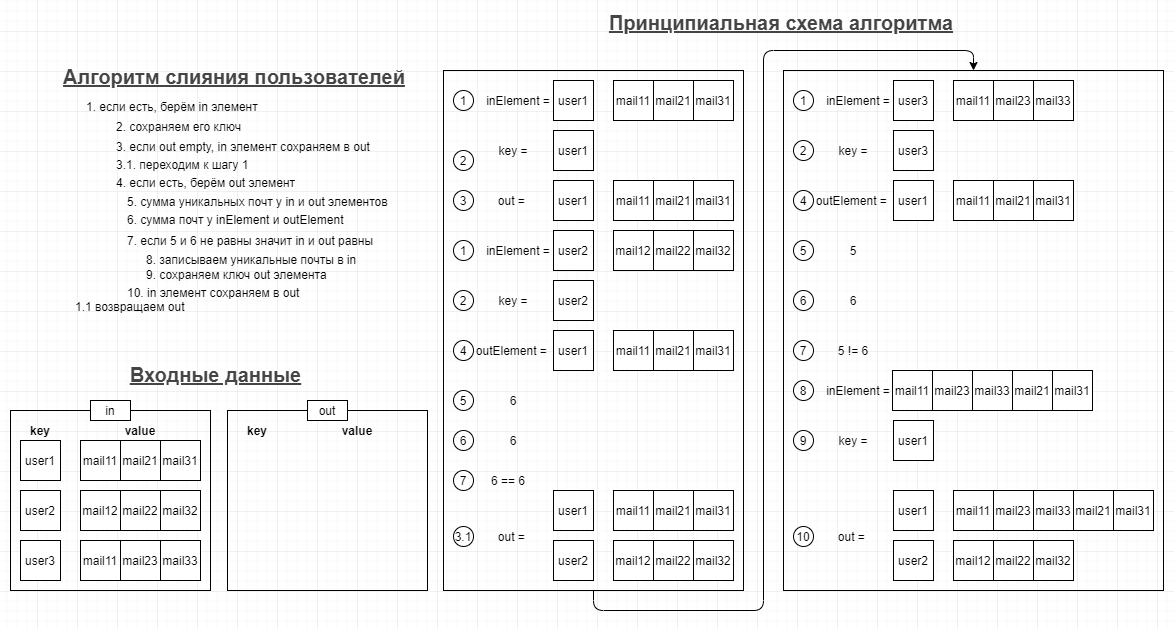
The draw.io diagram pic/mergeUsers.png in ViktorJava/mail, before a commit. Source tidied: cells renumbered, new cells last; positions are measured from the earlier drawing's top-left corner, leaving out a move shared by most shapes.
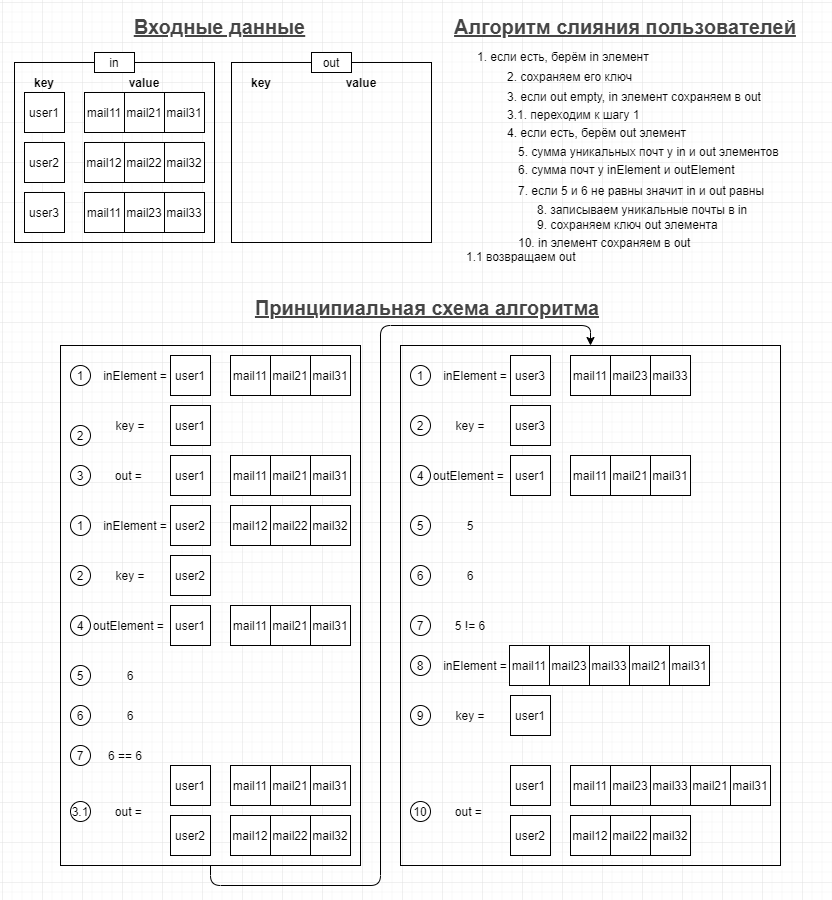
After the change.

Commit message:
Почта. Слияние пользователей.

Правки README.md

Change to the diagram source:
```diff
@@ -278,110 +278,113 @@
     <mxCell id="93" value="mail31" style="rounded=0;whiteSpace=wrap;html=1;" parent="1" vertex="1">
       <mxGeometry x="1103" y="478" width="40" height="40" as="geometry" />
     </mxCell>
-    <mxCell id="94" style="rounded=0;whiteSpace=wrap;html=1;fillColor=none;fontStyle=4;" parent="1" vertex="1">
-      <mxGeometry y="398" width="200" height="180" as="geometry" />
+    <mxCell id="94" value="Принципиальная схема алгоритма" style="text;html=1;strokeColor=none;fillColor=none;align=center;verticalAlign=middle;whiteSpace=wrap;rounded=0;fontSize=20;fontColor=#454545;fontStyle=5;" parent="1" vertex="1">
+      <mxGeometry x="577" y="10" width="446" height="20" as="geometry" />
     </mxCell>
-    <mxCell id="95" style="rounded=0;whiteSpace=wrap;html=1;fillColor=none;fontStyle=4;" parent="1" vertex="1">
-      <mxGeometry x="217" y="398" width="200" height="180" as="geometry" />
+    <mxCell id="95" style="group;" parent="1" vertex="1">
+      <mxGeometry x="387" y="-271" width="811" height="250" as="geometry" />
     </mxCell>
-    <mxCell id="96" value="user1" style="rounded=0;whiteSpace=wrap;html=1;fontStyle=0;" parent="1" vertex="1">
-      <mxGeometry x="10" y="428" width="40" height="40" as="geometry" />
+    <mxCell id="96" style="rounded=0;whiteSpace=wrap;html=1;fillColor=none;fontStyle=4;" parent="95" vertex="1">
+      <mxGeometry y="46" width="200" height="180" as="geometry" />
     </mxCell>
-    <mxCell id="97" value="mail11" style="rounded=0;whiteSpace=wrap;html=1;fontStyle=0;" parent="1" vertex="1">
-      <mxGeometry x="70" y="428" width="40" height="40" as="geometry" />
+    <mxCell id="97" style="rounded=0;whiteSpace=wrap;html=1;fillColor=none;fontStyle=4;" parent="95" vertex="1">
+      <mxGeometry x="217" y="46" width="200" height="180" as="geometry" />
     </mxCell>
-    <mxCell id="98" value="mail21" style="rounded=0;whiteSpace=wrap;html=1;fontStyle=0;" parent="1" vertex="1">
-      <mxGeometry x="110" y="428" width="40" height="40" as="geometry" />
+    <mxCell id="98" value="user1" style="rounded=0;whiteSpace=wrap;html=1;fontStyle=0;" parent="95" vertex="1">
+      <mxGeometry x="10" y="76" width="40" height="40" as="geometry" />
     </mxCell>
-    <mxCell id="99" value="mail31" style="rounded=0;whiteSpace=wrap;html=1;fontStyle=0;" parent="1" vertex="1">
-      <mxGeometry x="150" y="428" width="40" height="40" as="geometry" />
+    <mxCell id="99" value="mail11" style="rounded=0;whiteSpace=wrap;html=1;fontStyle=0;" parent="95" vertex="1">
+      <mxGeometry x="70" y="76" width="40" height="40" as="geometry" />
     </mxCell>
-    <mxCell id="100" value="key" style="text;html=1;strokeColor=none;fillColor=none;align=center;verticalAlign=middle;whiteSpace=wrap;rounded=0;fontStyle=1;" parent="1" vertex="1">
-      <mxGeometry x="10" y="408" width="40" height="20" as="geometry" />
+    <mxCell id="100" value="mail21" style="rounded=0;whiteSpace=wrap;html=1;fontStyle=0;" parent="95" vertex="1">
+      <mxGeometry x="110" y="76" width="40" height="40" as="geometry" />
     </mxCell>
-    <mxCell id="101" value="value" style="text;html=1;strokeColor=none;fillColor=none;align=center;verticalAlign=middle;whiteSpace=wrap;rounded=0;fontStyle=1;" parent="1" vertex="1">
-      <mxGeometry x="110" y="408" width="40" height="20" as="geometry" />
+    <mxCell id="101" value="mail31" style="rounded=0;whiteSpace=wrap;html=1;fontStyle=0;" parent="95" vertex="1">
+      <mxGeometry x="150" y="76" width="40" height="40" as="geometry" />
     </mxCell>
-    <mxCell id="102" value="user2" style="rounded=0;whiteSpace=wrap;html=1;fontStyle=0;" parent="1" vertex="1">
-      <mxGeometry x="10" y="478" width="40" height="40" as="geometry" />
+    <mxCell id="102" value="key" style="text;html=1;strokeColor=none;fillColor=none;align=center;verticalAlign=middle;whiteSpace=wrap;rounded=0;fontStyle=1;" parent="95" vertex="1">
+      <mxGeometry x="10" y="56" width="40" height="20" as="geometry" />
     </mxCell>
-    <mxCell id="103" value="mail12" style="rounded=0;whiteSpace=wrap;html=1;fontStyle=0;" parent="1" vertex="1">
-      <mxGeometry x="70" y="478" width="40" height="40" as="geometry" />
+    <mxCell id="103" value="value" style="text;html=1;strokeColor=none;fillColor=none;align=center;verticalAlign=middle;whiteSpace=wrap;rounded=0;fontStyle=1;" parent="95" vertex="1">
+      <mxGeometry x="110" y="56" width="40" height="20" as="geometry" />
     </mxCell>
-    <mxCell id="104" value="mail22" style="rounded=0;whiteSpace=wrap;html=1;fontStyle=0;" parent="1" vertex="1">
-      <mxGeometry x="110" y="478" width="40" height="40" as="geometry" />
+    <mxCell id="104" value="user2" style="rounded=0;whiteSpace=wrap;html=1;fontStyle=0;" parent="95" vertex="1">
+      <mxGeometry x="10" y="126" width="40" height="40" as="geometry" />
     </mxCell>
-    <mxCell id="105" value="mail32" style="rounded=0;whiteSpace=wrap;html=1;fontStyle=0;" parent="1" vertex="1">
-      <mxGeometry x="150" y="478" width="40" height="40" as="geometry" />
+    <mxCell id="105" value="mail12" style="rounded=0;whiteSpace=wrap;html=1;fontStyle=0;" parent="95" vertex="1">
+      <mxGeometry x="70" y="126" width="40" height="40" as="geometry" />
     </mxCell>
-    <mxCell id="106" value="user3" style="rounded=0;whiteSpace=wrap;html=1;fontStyle=0;" parent="1" vertex="1">
-      <mxGeometry x="10" y="528" width="40" height="40" as="geometry" />
+    <mxCell id="106" value="mail22" style="rounded=0;whiteSpace=wrap;html=1;fontStyle=0;" parent="95" vertex="1">
+      <mxGeometry x="110" y="126" width="40" height="40" as="geometry" />
     </mxCell>
-    <mxCell id="107" value="mail11" style="rounded=0;whiteSpace=wrap;html=1;fontStyle=0;" parent="1" vertex="1">
-      <mxGeometry x="70" y="528" width="40" height="40" as="geometry" />
+    <mxCell id="107" value="mail32" style="rounded=0;whiteSpace=wrap;html=1;fontStyle=0;" parent="95" vertex="1">
+      <mxGeometry x="150" y="126" width="40" height="40" as="geometry" />
     </mxCell>
-    <mxCell id="108" value="mail23" style="rounded=0;whiteSpace=wrap;html=1;fontStyle=0;" parent="1" vertex="1">
-      <mxGeometry x="110" y="528" width="40" height="40" as="geometry" />
+    <mxCell id="108" value="user3" style="rounded=0;whiteSpace=wrap;html=1;fontStyle=0;" parent="95" vertex="1">
+      <mxGeometry x="10" y="176" width="40" height="40" as="geometry" />
     </mxCell>
-    <mxCell id="109" value="mail33" style="rounded=0;whiteSpace=wrap;html=1;fontStyle=0;" parent="1" vertex="1">
-      <mxGeometry x="150" y="528" width="40" height="40" as="geometry" />
+    <mxCell id="109" value="mail11" style="rounded=0;whiteSpace=wrap;html=1;fontStyle=0;" parent="95" vertex="1">
+      <mxGeometry x="70" y="176" width="40" height="40" as="geometry" />
     </mxCell>
-    <mxCell id="110" value="in" style="text;html=1;align=center;verticalAlign=middle;whiteSpace=wrap;rounded=0;fillColor=#ffffff;strokeColor=#000000;fontStyle=0;" parent="1" vertex="1">
-      <mxGeometry x="80" y="388" width="40" height="20" as="geometry" />
+    <mxCell id="110" value="mail23" style="rounded=0;whiteSpace=wrap;html=1;fontStyle=0;" parent="95" vertex="1">
+      <mxGeometry x="110" y="176" width="40" height="40" as="geometry" />
     </mxCell>
-    <mxCell id="111" value="key" style="text;html=1;strokeColor=none;fillColor=none;align=center;verticalAlign=middle;whiteSpace=wrap;rounded=0;fontStyle=1;" parent="1" vertex="1">
-      <mxGeometry x="227" y="408" width="40" height="20" as="geometry" />
+    <mxCell id="111" value="mail33" style="rounded=0;whiteSpace=wrap;html=1;fontStyle=0;" parent="95" vertex="1">
+      <mxGeometry x="150" y="176" width="40" height="40" as="geometry" />
     </mxCell>
-    <mxCell id="112" value="value" style="text;html=1;strokeColor=none;fillColor=none;align=center;verticalAlign=middle;whiteSpace=wrap;rounded=0;fontStyle=1;" parent="1" vertex="1">
-      <mxGeometry x="327" y="408" width="40" height="20" as="geometry" />
+    <mxCell id="112" value="in" style="text;html=1;align=center;verticalAlign=middle;whiteSpace=wrap;rounded=0;fillColor=#ffffff;strokeColor=#000000;fontStyle=0;" parent="95" vertex="1">
+      <mxGeometry x="80" y="36" width="40" height="20" as="geometry" />
     </mxCell>
-    <mxCell id="113" value="out" style="text;html=1;align=center;verticalAlign=middle;whiteSpace=wrap;rounded=0;fillColor=#ffffff;strokeColor=#000000;fontStyle=0;" parent="1" vertex="1">
-      <mxGeometry x="297" y="388" width="40" height="20" as="geometry" />
+    <mxCell id="113" value="key" style="text;html=1;strokeColor=none;fillColor=none;align=center;verticalAlign=middle;whiteSpace=wrap;rounded=0;fontStyle=1;" parent="95" vertex="1">
+      <mxGeometry x="227" y="56" width="40" height="20" as="geometry" />
     </mxCell>
-    <mxCell id="114" value="Входные данные" style="text;html=1;strokeColor=none;fillColor=none;align=center;verticalAlign=middle;whiteSpace=wrap;rounded=0;fontSize=20;fontColor=#454545;fontStyle=5;" parent="1" vertex="1">
-      <mxGeometry x="104" y="352" width="203" height="20" as="geometry" />
+    <mxCell id="114" value="value" style="text;html=1;strokeColor=none;fillColor=none;align=center;verticalAlign=middle;whiteSpace=wrap;rounded=0;fontStyle=1;" parent="95" vertex="1">
+      <mxGeometry x="327" y="56" width="40" height="20" as="geometry" />
     </mxCell>
-    <mxCell id="115" value="Принципиальная схема алгоритма" style="text;html=1;strokeColor=none;fillColor=none;align=center;verticalAlign=middle;whiteSpace=wrap;rounded=0;fontSize=20;fontColor=#454545;fontStyle=5;" parent="1" vertex="1">
-      <mxGeometry x="548" width="446" height="20" as="geometry" />
+    <mxCell id="115" value="out" style="text;html=1;align=center;verticalAlign=middle;whiteSpace=wrap;rounded=0;fillColor=#ffffff;strokeColor=#000000;fontStyle=0;" parent="95" vertex="1">
+      <mxGeometry x="297" y="36" width="40" height="20" as="geometry" />
     </mxCell>
-    <mxCell id="116" value="6. сумма почт у inElement и outElement" style="text;html=1;strokeColor=none;fillColor=none;align=left;verticalAlign=middle;whiteSpace=wrap;rounded=0;" parent="1" vertex="1">
-      <mxGeometry x="114.5" y="197" width="309.5" height="20" as="geometry" />
+    <mxCell id="116" value="Входные данные" style="text;html=1;strokeColor=none;fillColor=none;align=center;verticalAlign=middle;whiteSpace=wrap;rounded=0;fontSize=20;fontColor=#454545;fontStyle=5;" parent="95" vertex="1">
+      <mxGeometry x="104" width="203" height="20" as="geometry" />
     </mxCell>
-    <mxCell id="117" value="8. записываем уникальные почты в in" style="text;html=1;strokeColor=none;fillColor=none;align=left;verticalAlign=middle;whiteSpace=wrap;rounded=0;" parent="1" vertex="1">
-      <mxGeometry x="134" y="237" width="279.5" height="20" as="geometry" />
+    <mxCell id="117" value="6. сумма почт у inElement и outElement" style="text;html=1;strokeColor=none;fillColor=none;align=left;verticalAlign=middle;whiteSpace=wrap;rounded=0;" parent="95" vertex="1">
+      <mxGeometry x="501.5" y="143" width="309.5" height="20" as="geometry" />
     </mxCell>
-    <mxCell id="118" value="1. если есть, берём in элемент&amp;nbsp;" style="text;html=1;strokeColor=none;fillColor=none;align=left;verticalAlign=middle;whiteSpace=wrap;rounded=0;" parent="1" vertex="1">
-      <mxGeometry x="74" y="84" width="210" height="20" as="geometry" />
+    <mxCell id="118" value="8. записываем уникальные почты в in" style="text;html=1;strokeColor=none;fillColor=none;align=left;verticalAlign=middle;whiteSpace=wrap;rounded=0;" parent="95" vertex="1">
+      <mxGeometry x="521" y="183" width="279.5" height="20" as="geometry" />
     </mxCell>
-    <mxCell id="119" value="2. сохраняем его ключ&amp;nbsp;" style="text;html=1;strokeColor=none;fillColor=none;align=left;verticalAlign=middle;whiteSpace=wrap;rounded=0;" parent="1" vertex="1">
-      <mxGeometry x="104" y="104" width="210" height="20" as="geometry" />
+    <mxCell id="119" value="1. если есть, берём in элемент&amp;nbsp;" style="text;html=1;strokeColor=none;fillColor=none;align=left;verticalAlign=middle;whiteSpace=wrap;rounded=0;" parent="95" vertex="1">
+      <mxGeometry x="461" y="30" width="210" height="20" as="geometry" />
     </mxCell>
-    <mxCell id="120" value="3. если out empty, in элемент сохраняем в out" style="text;html=1;strokeColor=none;fillColor=none;align=left;verticalAlign=middle;whiteSpace=wrap;rounded=0;" parent="1" vertex="1">
-      <mxGeometry x="104" y="124" width="267" height="20" as="geometry" />
+    <mxCell id="120" value="2. сохраняем его ключ&amp;nbsp;" style="text;html=1;strokeColor=none;fillColor=none;align=left;verticalAlign=middle;whiteSpace=wrap;rounded=0;" parent="95" vertex="1">
+      <mxGeometry x="491" y="50" width="210" height="20" as="geometry" />
     </mxCell>
-    <mxCell id="121" value="10. in элемент сохраняем в out" style="text;html=1;strokeColor=none;fillColor=none;align=left;verticalAlign=middle;whiteSpace=wrap;rounded=0;" parent="1" vertex="1">
-      <mxGeometry x="114.5" y="270" width="210" height="20" as="geometry" />
+    <mxCell id="121" value="3. если out empty, in элемент сохраняем в out" style="text;html=1;strokeColor=none;fillColor=none;align=left;verticalAlign=middle;whiteSpace=wrap;rounded=0;" parent="95" vertex="1">
+      <mxGeometry x="491" y="70" width="267" height="20" as="geometry" />
     </mxCell>
-    <mxCell id="122" value="1.1 возвращаем out" style="text;html=1;strokeColor=none;fillColor=none;align=left;verticalAlign=middle;whiteSpace=wrap;rounded=0;" parent="1" vertex="1">
-      <mxGeometry x="63" y="284" width="210" height="20" as="geometry" />
+    <mxCell id="122" value="10. in элемент сохраняем в out" style="text;html=1;strokeColor=none;fillColor=none;align=left;verticalAlign=middle;whiteSpace=wrap;rounded=0;" parent="95" vertex="1">
+      <mxGeometry x="501.5" y="216" width="210" height="20" as="geometry" />
     </mxCell>
-    <mxCell id="123" value="5. сумма уникальных почт у in и out элементов" style="text;html=1;strokeColor=none;fillColor=none;align=left;verticalAlign=middle;whiteSpace=wrap;rounded=0;" parent="1" vertex="1">
-      <mxGeometry x="114.5" y="179" width="289.5" height="20" as="geometry" />
+    <mxCell id="123" value="1.1 возвращаем out" style="text;html=1;strokeColor=none;fillColor=none;align=left;verticalAlign=middle;whiteSpace=wrap;rounded=0;" parent="95" vertex="1">
+      <mxGeometry x="450" y="230" width="210" height="20" as="geometry" />
     </mxCell>
-    <mxCell id="124" value="7. если 5 и 6 не равны значит in и out равны" style="text;html=1;strokeColor=none;fillColor=none;align=left;verticalAlign=middle;whiteSpace=wrap;rounded=0;" parent="1" vertex="1">
-      <mxGeometry x="114.5" y="218" width="279.5" height="20" as="geometry" />
+    <mxCell id="124" value="5. сумма уникальных почт у in и out элементов" style="text;html=1;strokeColor=none;fillColor=none;align=left;verticalAlign=middle;whiteSpace=wrap;rounded=0;" parent="95" vertex="1">
+      <mxGeometry x="501.5" y="125" width="289.5" height="20" as="geometry" />
     </mxCell>
-    <mxCell id="125" value="9. сохраняем ключ out элемента" style="text;html=1;strokeColor=none;fillColor=none;align=left;verticalAlign=middle;whiteSpace=wrap;rounded=0;" parent="1" vertex="1">
-      <mxGeometry x="134" y="252" width="230" height="20" as="geometry" />
+    <mxCell id="125" value="7. если 5 и 6 не равны значит in и out равны" style="text;html=1;strokeColor=none;fillColor=none;align=left;verticalAlign=middle;whiteSpace=wrap;rounded=0;" parent="95" vertex="1">
+      <mxGeometry x="501.5" y="164" width="279.5" height="20" as="geometry" />
     </mxCell>
-    <mxCell id="126" value="4. если есть, берём out элемент" style="text;html=1;strokeColor=none;fillColor=none;align=left;verticalAlign=middle;whiteSpace=wrap;rounded=0;" parent="1" vertex="1">
-      <mxGeometry x="104" y="160" width="267" height="20" as="geometry" />
+    <mxCell id="126" value="9. сохраняем ключ out элемента" style="text;html=1;strokeColor=none;fillColor=none;align=left;verticalAlign=middle;whiteSpace=wrap;rounded=0;" parent="95" vertex="1">
+      <mxGeometry x="521" y="198" width="230" height="20" as="geometry" />
     </mxCell>
-    <mxCell id="127" value="3.1. переходим к шагу 1" style="text;html=1;strokeColor=none;fillColor=none;align=left;verticalAlign=middle;whiteSpace=wrap;rounded=0;" parent="1" vertex="1">
-      <mxGeometry x="104" y="142" width="267" height="20" as="geometry" />
+    <mxCell id="127" value="4. если есть, берём out элемент" style="text;html=1;strokeColor=none;fillColor=none;align=left;verticalAlign=middle;whiteSpace=wrap;rounded=0;" parent="95" vertex="1">
+      <mxGeometry x="491" y="106" width="267" height="20" as="geometry" />
     </mxCell>
-    <mxCell id="128" value="Алгоритм слияния пользователей" style="text;html=1;strokeColor=none;fillColor=none;align=center;verticalAlign=middle;whiteSpace=wrap;rounded=0;fontColor=#454545;fontSize=20;fontStyle=5;" parent="1" vertex="1">
-      <mxGeometry x="44" y="54" width="360" height="20" as="geometry" />
+    <mxCell id="128" value="3.1. переходим к шагу 1" style="text;html=1;strokeColor=none;fillColor=none;align=left;verticalAlign=middle;whiteSpace=wrap;rounded=0;" parent="95" vertex="1">
+      <mxGeometry x="491" y="88" width="267" height="20" as="geometry" />
     </mxCell>
+    <mxCell id="129" value="Алгоритм слияния пользователей" style="text;html=1;strokeColor=none;fillColor=none;align=center;verticalAlign=middle;whiteSpace=wrap;rounded=0;fontColor=#454545;fontSize=20;fontStyle=5;" parent="95" vertex="1">
+      <mxGeometry x="431" width="360" height="20" as="geometry" />
+    </mxCell>
   </root>
 </mxGraphModel>
```
